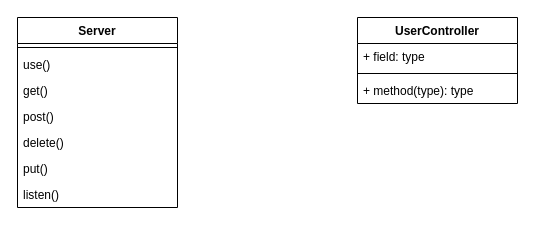
Earlier version of the draw.io diagram DiagramaClass.drawio (manuely32/Diagramas). Source tidied: cells renumbered, new cells numbered last; positions are measured from the earlier drawing's top-left corner, leaving out a move shared by most shapes. Both pictures are drawn from the tidied source at 100%, with x=0, y=0 at pixel (17, 17).
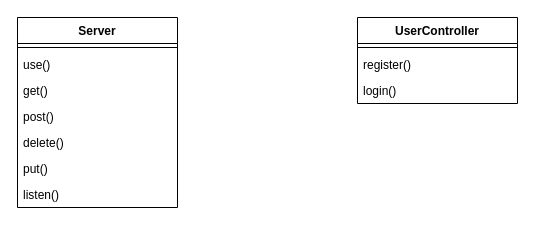
Above is the later version.

What changed in the source:
```diff
@@
 <mxGraphModel>
   <root>
     <mxCell id="0" />
     <mxCell id="1" parent="0" />
     <mxCell id="2" value="Server" style="swimlane;fontStyle=1;align=center;verticalAlign=top;horizontal=1;startSize=26;whiteSpace=wrap;html=1;" parent="1" vertex="1">
       <mxGeometry width="160" height="190" as="geometry" />
     </mxCell>
     <mxCell id="3" style="line;strokeWidth=1;fillColor=none;align=left;verticalAlign=middle;spacingTop=-1;spacingLeft=3;spacingRight=3;labelPosition=right;strokeColor=inherit;" parent="2" vertex="1">
       <mxGeometry y="26" width="160" height="8" as="geometry" />
     </mxCell>
     <mxCell id="4" value="use()" style="text;strokeColor=none;fillColor=none;align=left;verticalAlign=top;spacingLeft=4;spacingRight=4;overflow=hidden;whiteSpace=wrap;html=1;" parent="2" vertex="1">
       <mxGeometry y="34" width="160" height="26" as="geometry" />
     </mxCell>
     <mxCell id="5" value="get()" style="text;strokeColor=none;fillColor=none;align=left;verticalAlign=top;spacingLeft=4;spacingRight=4;overflow=hidden;whiteSpace=wrap;html=1;" parent="2" vertex="1">
       <mxGeometry y="60" width="160" height="26" as="geometry" />
     </mxCell>
     <mxCell id="6" value="post()" style="text;strokeColor=none;fillColor=none;align=left;verticalAlign=top;spacingLeft=4;spacingRight=4;overflow=hidden;whiteSpace=wrap;html=1;" parent="2" vertex="1">
       <mxGeometry y="86" width="160" height="26" as="geometry" />
     </mxCell>
     <mxCell id="7" value="delete()" style="text;strokeColor=none;fillColor=none;align=left;verticalAlign=top;spacingLeft=4;spacingRight=4;overflow=hidden;whiteSpace=wrap;html=1;" parent="2" vertex="1">
       <mxGeometry y="112" width="160" height="26" as="geometry" />
     </mxCell>
     <mxCell id="8" value="put()" style="text;strokeColor=none;fillColor=none;align=left;verticalAlign=top;spacingLeft=4;spacingRight=4;overflow=hidden;whiteSpace=wrap;html=1;" parent="2" vertex="1">
       <mxGeometry y="138" width="160" height="26" as="geometry" />
     </mxCell>
     <mxCell id="9" value="listen()" style="text;strokeColor=none;fillColor=none;align=left;verticalAlign=top;spacingLeft=4;spacingRight=4;overflow=hidden;whiteSpace=wrap;html=1;" parent="2" vertex="1">
       <mxGeometry y="164" width="160" height="26" as="geometry" />
     </mxCell>
     <mxCell id="10" value="UserController" style="swimlane;fontStyle=1;align=center;verticalAlign=top;horizontal=1;startSize=26;whiteSpace=wrap;html=1;" parent="1" vertex="1">
       <mxGeometry x="340" width="160" height="86" as="geometry" />
     </mxCell>
-    <mxCell id="11" value="+ field: type" style="text;strokeColor=none;fillColor=none;align=left;verticalAlign=top;spacingLeft=4;spacingRight=4;overflow=hidden;whiteSpace=wrap;html=1;" parent="10" vertex="1">
-      <mxGeometry y="26" width="160" height="26" as="geometry" />
-    </mxCell>
     <mxCell id="12" style="line;strokeWidth=1;fillColor=none;align=left;verticalAlign=middle;spacingTop=-1;spacingLeft=3;spacingRight=3;labelPosition=right;strokeColor=inherit;" parent="10" vertex="1">
-      <mxGeometry y="52" width="160" height="8" as="geometry" />
+      <mxGeometry y="26" width="160" height="8" as="geometry" />
     </mxCell>
-    <mxCell id="13" value="+ method(type): type" style="text;strokeColor=none;fillColor=none;align=left;verticalAlign=top;spacingLeft=4;spacingRight=4;overflow=hidden;whiteSpace=wrap;html=1;" parent="10" vertex="1">
-      <mxGeometry y="60" width="160" height="26" as="geometry" />
-    </mxCell>
+    <mxCell id="14" value="register()" style="text;strokeColor=none;fillColor=none;align=left;verticalAlign=top;spacingLeft=4;spacingRight=4;overflow=hidden;whiteSpace=wrap;html=1;" parent="10" vertex="1">
+      <mxGeometry y="34" width="160" height="26" as="geometry" />
+    </mxCell>
+    <mxCell id="15" value="login()" style="text;strokeColor=none;fillColor=none;align=left;verticalAlign=top;spacingLeft=4;spacingRight=4;overflow=hidden;whiteSpace=wrap;html=1;" parent="10" vertex="1">
+      <mxGeometry y="60" width="160" height="26" as="geometry" />
+    </mxCell>
   </root>
 </mxGraphModel>
```
